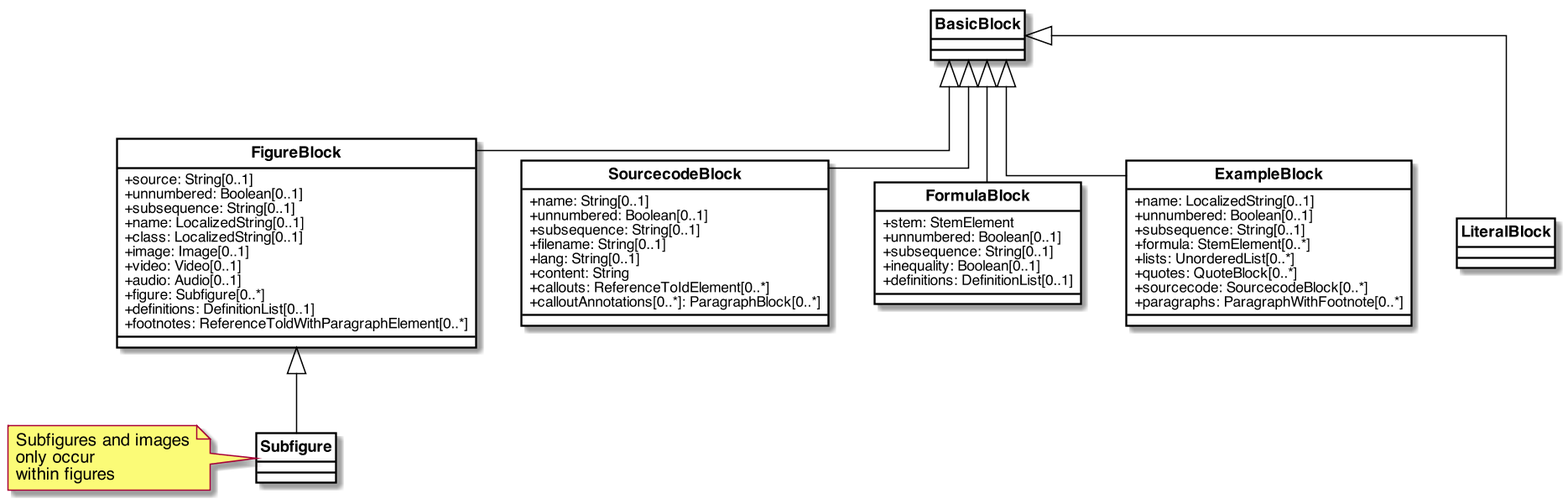
metanorma/basicdoc-models keeps this PlantUML diagram as images/AncillaryBlocks.png. Above is the earlier version.
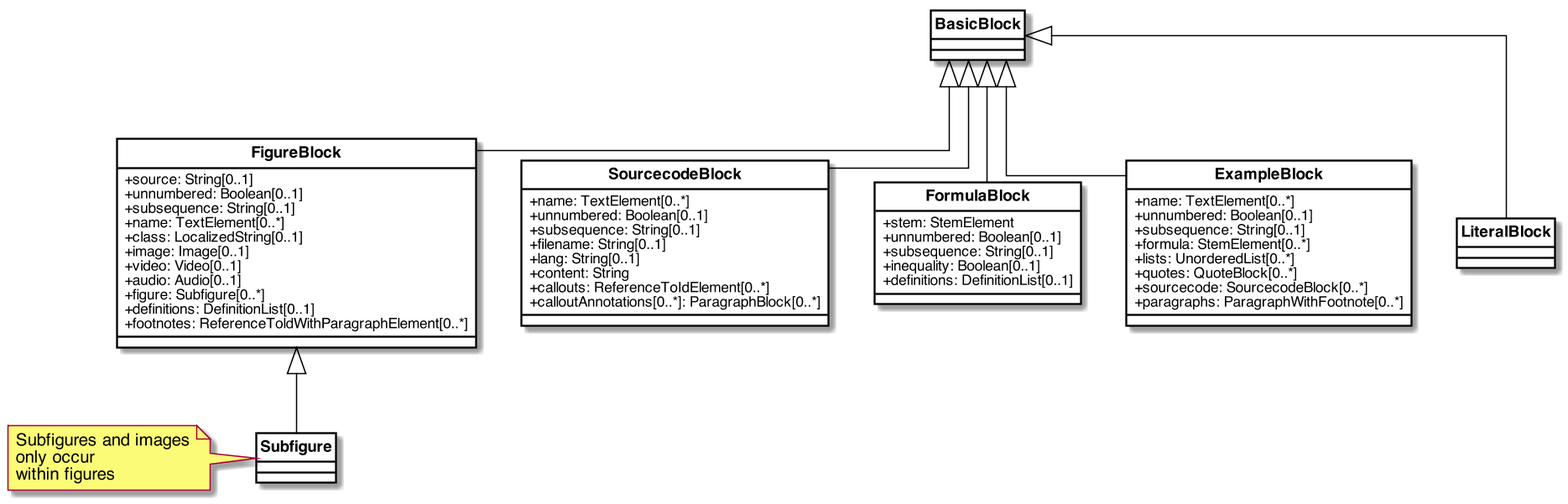
After the change.

Diff of the diagram source:
```diff
@@ -47,7 +47,7 @@
     +source: String[0..1]
     +unnumbered: Boolean[0..1]
     +subsequence: String[0..1]
-    +name: LocalizedString[0..1]
+    +name: TextElement[0..*]
     +class: LocalizedString[0..1]
     +image: Image[0..1]
     +video: Video[0..1]
@@ -61,7 +61,7 @@
 }
 
 class SourcecodeBlock{
-    +name: String[0..1]
+    +name: TextElement[0..*]
     +unnumbered: Boolean[0..1]
     +subsequence: String[0..1]
     +filename: String[0..1]
@@ -80,7 +80,7 @@
 }
 
 class ExampleBlock{
-    +name: LocalizedString[0..1]
+    +name: TextElement[0..*]
     +unnumbered: Boolean[0..1]
     +subsequence: String[0..1]
     +formula: StemElement[0..*]
```
